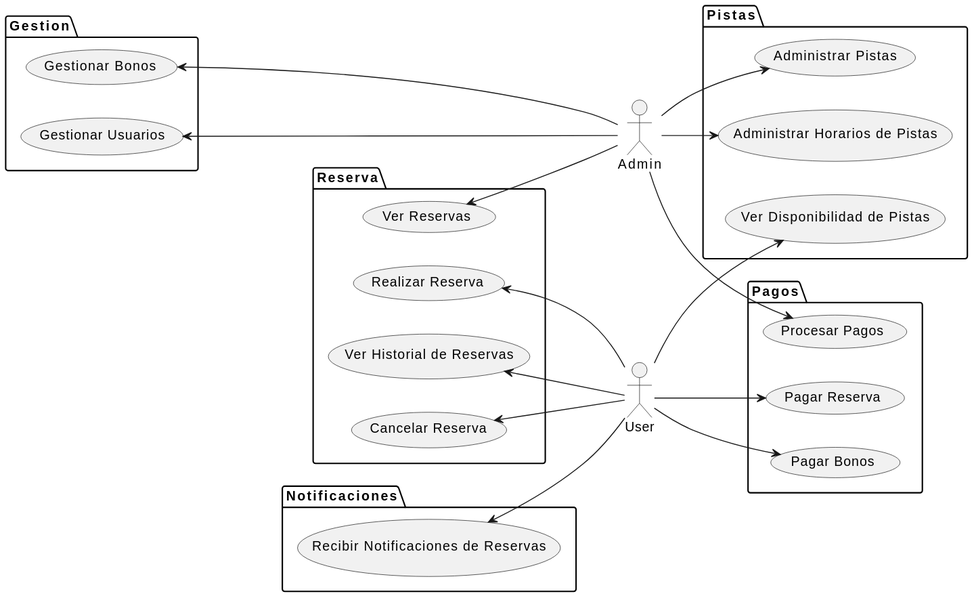
The PlantUML diagram CasosDeUso/CasoDeUsoSVG.svg in pablarce/23-24-IdSw1-SDR, before a commit. Its diagram source:
```plantuml
@startuml
left to right direction
actor User as U
actor Admin as A


package Reserva{

    usecase "Realizar Reserva" as UC1
    usecase "Cancelar Reserva" as UC2
    usecase "Ver Reservas" as UC5
    usecase "Ver Historial de Reservas" as UC9
}

package Pistas {

    usecase "Ver Disponibilidad de Pistas" as UC3
    usecase "Administrar Horarios de Pistas" as UC10
    usecase "Administrar Pistas" as UC15

}

package Gestion{


    usecase "Gestionar Usuarios" as UC6
    usecase "Gestionar Bonos" as UC11


}

package Pagos{

    usecase "Pagar Reserva" as UC13
    usecase "Pagar Bonos" as UC14
    usecase "Procesar Pagos" as UC12

}

package Notificaciones{

   usecase "Recibir Notificaciones de Reservas" as UC8

}


A --> UC15
A -up-> UC5
A -up---> UC6
A --> UC10
A -left-> UC11
A --> UC12

U -up-> UC1
U -up-> UC2
U --> UC3
U -up-> UC8
U -up-> UC9
U --> UC13
U --> UC14
@enduml
```
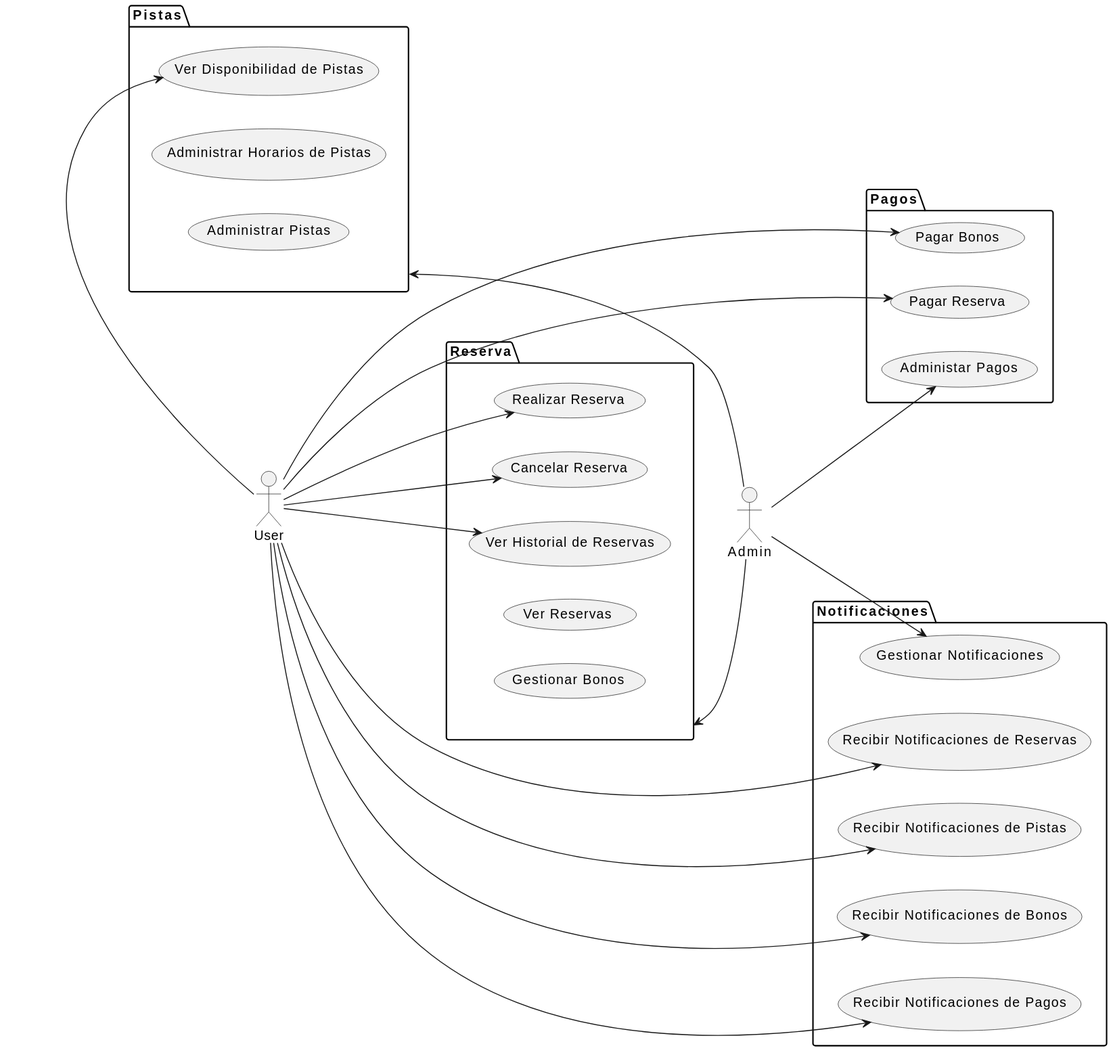
After the commit.

Commit message:
Refactorización de digrama de casos de uso

Diff of the diagram source:
```diff
@@ -8,54 +8,52 @@
 
     usecase "Realizar Reserva" as UC1
     usecase "Cancelar Reserva" as UC2
+    usecase "Ver Historial de Reservas" as UC9
     usecase "Ver Reservas" as UC5
-    usecase "Ver Historial de Reservas" as UC9
+    usecase "Gestionar Bonos" as UC11
 }
 
 package Pistas {
 
-    usecase "Ver Disponibilidad de Pistas" as UC3
     usecase "Administrar Horarios de Pistas" as UC10
     usecase "Administrar Pistas" as UC15
-
-}
-
-package Gestion{
-
-
-    usecase "Gestionar Usuarios" as UC6
-    usecase "Gestionar Bonos" as UC11
-
-
+    usecase "Ver Disponibilidad de Pistas" as UC3
 }
 
 package Pagos{
 
     usecase "Pagar Reserva" as UC13
     usecase "Pagar Bonos" as UC14
-    usecase "Procesar Pagos" as UC12
+    usecase "Administar Pagos" as UC12
 
 }
 
 package Notificaciones{
 
    usecase "Recibir Notificaciones de Reservas" as UC8
+   usecase "Recibir Notificaciones de Bonos" as UC4
+   usecase "Recibir Notificaciones de Pagos" as UC16
+   usecase "Recibir Notificaciones de Pistas" as UC17
+   usecase "Gestionar Notificaciones" as UC7
 
 }
 
 
-A --> UC15
-A -up-> UC5
-A -up---> UC6
-A --> UC10
-A -left-> UC11
+A-up-> Reserva
+A -up-> Pistas
+
 A --> UC12
+A -down->UC7
 
-U -up-> UC1
-U -up-> UC2
-U --> UC3
-U -up-> UC8
-U -up-> UC9
+U --> UC1
+U --> UC2
+U -left-> UC3
+U --> UC9
 U --> UC13
 U --> UC14
+
+U-->UC8
+U-->UC4
+U-->UC16
+U-->UC17
 @enduml
```
